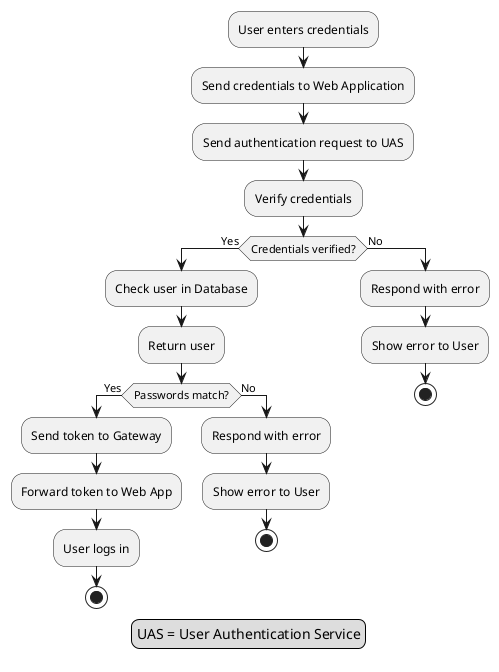
Arquisoft/wichat_en2b keeps this PlantUML diagram as images/Login diagram.png. Above is the earlier version.
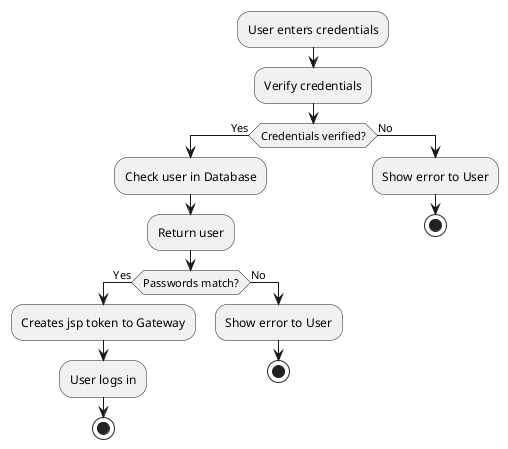
Above is the later version.

Change to the diagram source:
```diff
@@ -1,7 +1,5 @@
 @startuml
 :User enters credentials;
-:Send credentials to Web Application;
-:Send authentication request to UAS;
 :Verify credentials;
 
 if (Credentials verified?) then (Yes)
@@ -9,22 +7,15 @@
     :Return user;
 
     if (Passwords match?) then (Yes)
-        :Send token to Gateway;
-        :Forward token to Web App;
+        :Creates jsp token to Gateway;
         :User logs in;
         stop
     else (No)
-        :Respond with error;
         :Show error to User;
         stop
     endif
 else (No)
-    :Respond with error;
     :Show error to User;
     stop
 endif
-
-legend
-UAS = User Authentication Service
-end legend
 @enduml
```
